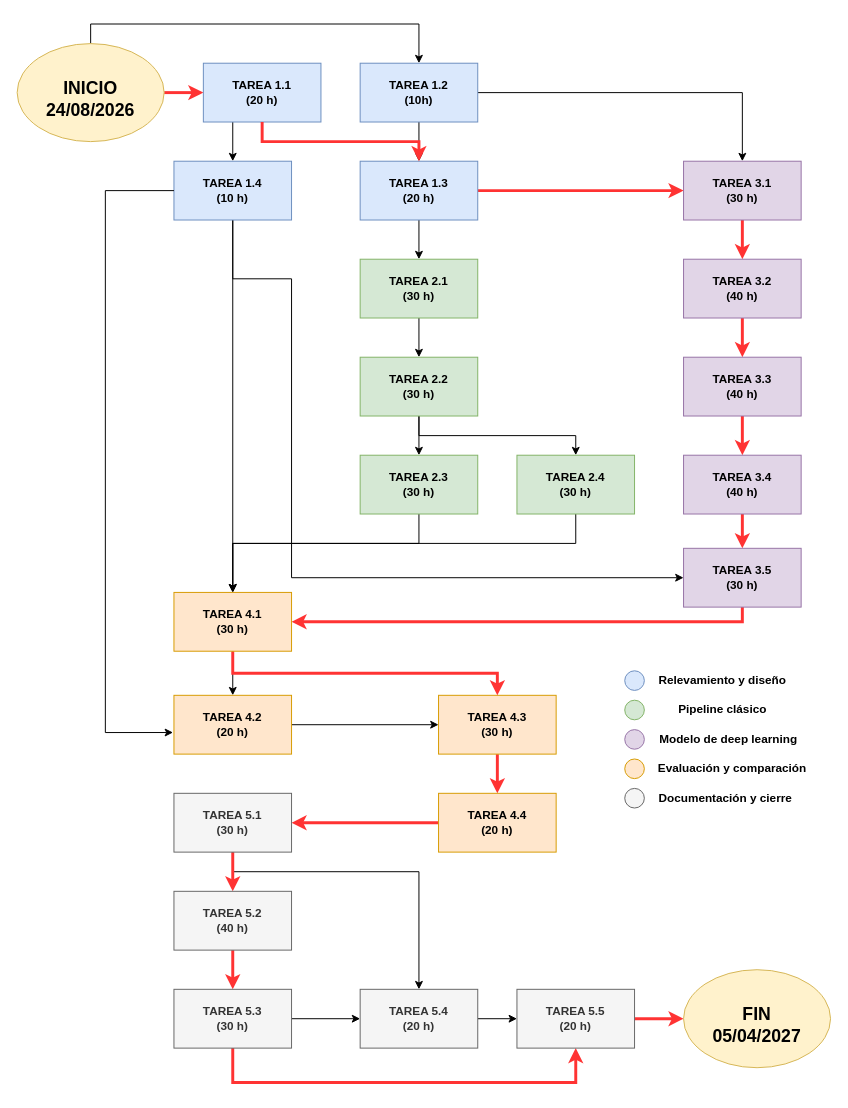
santiagoruizvt/TrabajoFinalCEIA keeps this draw.io diagram as Figuras/AoN.drawio. Above is the earlier version. Source tidied: cells renumbered, new cells numbered last; positions are measured from the earlier drawing's top-left corner, leaving out a move shared by most shapes. Both pictures are drawn from the tidied source at 98%, with x=0, y=0 at pixel (17, 43).
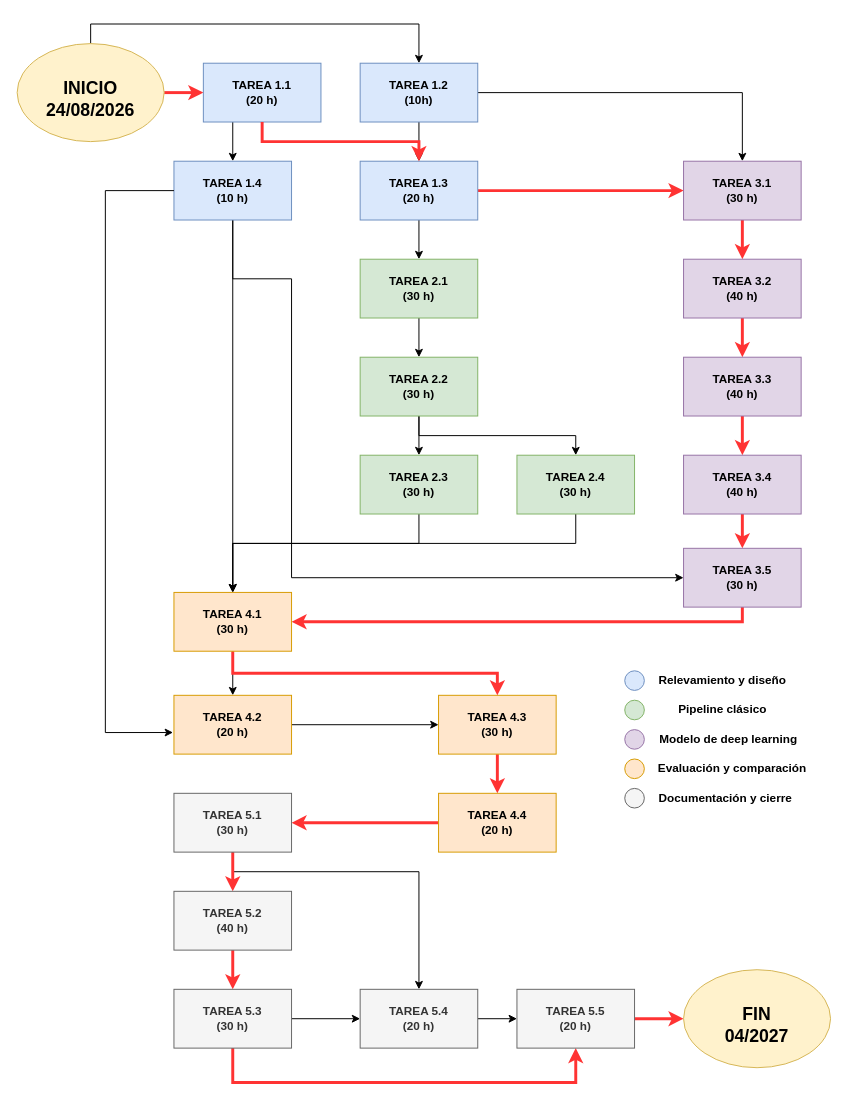
After the change.

Change to the diagram source:
```diff
@@
-    <mxCell id="54" value="&lt;br&gt;&lt;b&gt;&lt;font style=&quot;font-size: 18px;&quot;&gt;&lt;span style=&quot;background-color: transparent; color: light-dark(rgb(0, 0, 0), rgb(255, 255, 255));&quot;&gt;FIN&lt;/span&gt;&lt;br&gt;&lt;span style=&quot;background-color: transparent; color: light-dark(rgb(0, 0, 0), rgb(255, 255, 255));&quot;&gt;05/04/2027&lt;/span&gt;&lt;/font&gt;&lt;/b&gt;" style="ellipse;whiteSpace=wrap;html=1;shapeInside=1;fillColor=#fff2cc;strokeColor=#d6b656;" parent="1" vertex="1">
+    <mxCell id="54" value="&lt;br&gt;&lt;b&gt;&lt;font style=&quot;font-size: 18px;&quot;&gt;&lt;span style=&quot;background-color: transparent; color: light-dark(rgb(0, 0, 0), rgb(255, 255, 255));&quot;&gt;FIN&lt;/span&gt;&lt;br&gt;&lt;span style=&quot;background-color: transparent; color: light-dark(rgb(0, 0, 0), rgb(255, 255, 255));&quot;&gt;04/2027&lt;/span&gt;&lt;/font&gt;&lt;/b&gt;" style="ellipse;whiteSpace=wrap;html=1;shapeInside=1;fillColor=#fff2cc;strokeColor=#d6b656;" parent="1" vertex="1">
       <mxGeometry x="680" y="945" width="150" height="100" as="geometry" />
     </mxCell>
```
